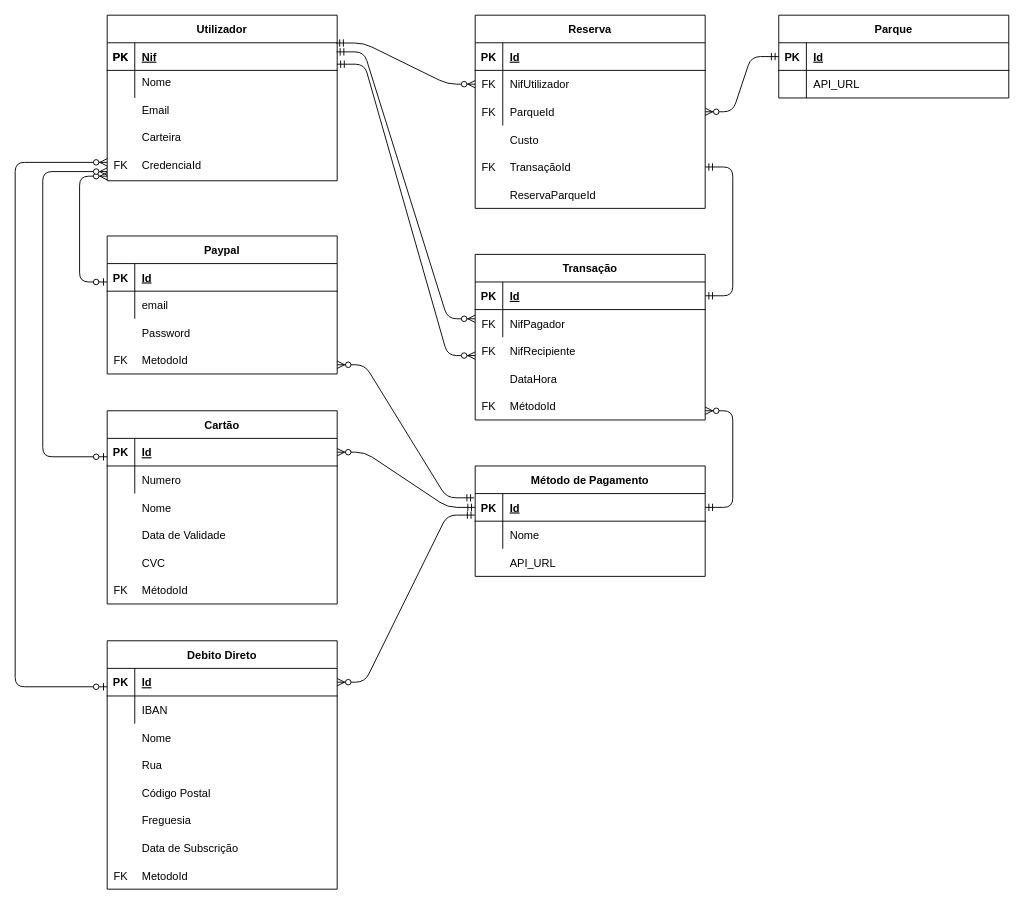
Before: Documentos/Sprint3/Modelo Relacional/Modelo Relacional.drawio in UPskillDOTNET/Jakim-das-Coives-S.A., a draw.io diagram. Source tidied: cells renumbered, new cells numbered last; positions are measured from the earlier drawing's top-left corner, leaving out a move shared by most shapes. Both pictures are drawn from the tidied source at 92%, with x=0, y=0 at pixel (15, 15).
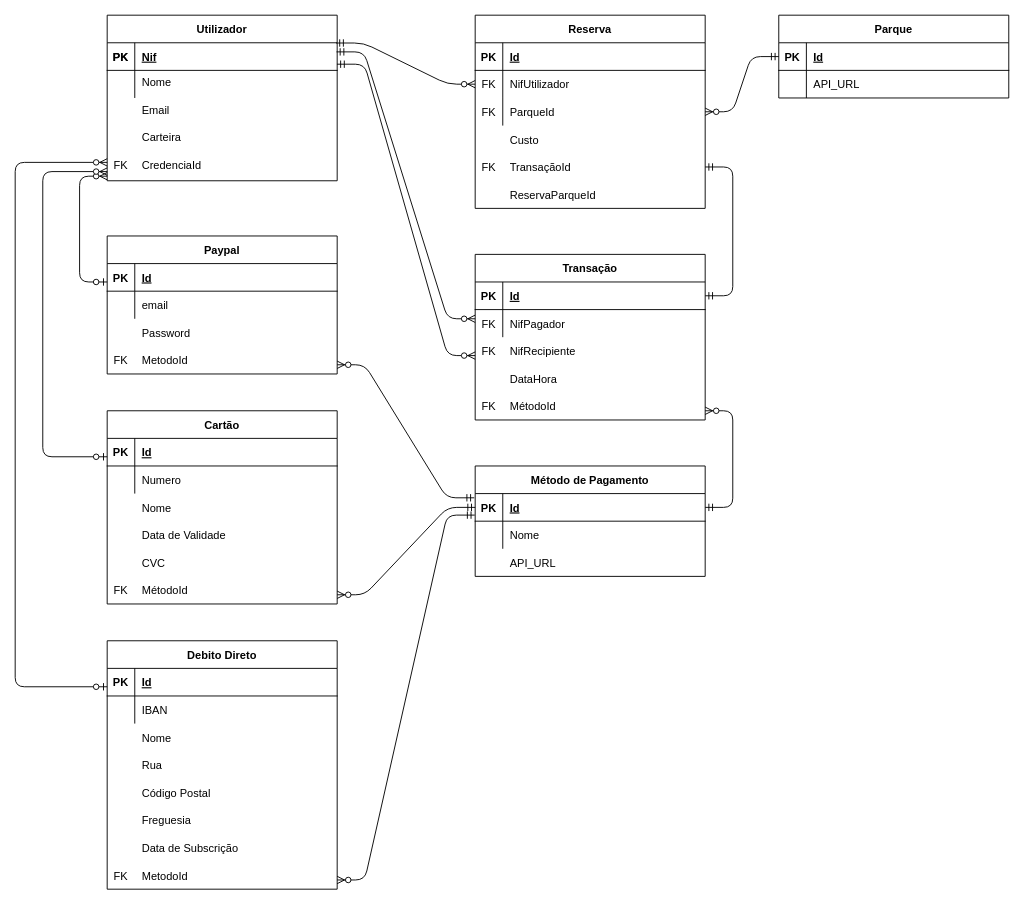
The same diagram, later.

Commit message (it also covers changes not shown here):
Modelo relacional v501

The change refers to these unchanged cells:
```xml
<mxCell id="37" style="shape=partialRectangle;fillColor=none;points=[[0,0.5],[1,0.5]];portConstraint=eastwest;top=0;left=0;right=0;bottom=1;" parent="36" vertex="1">
  <mxGeometry y="30" width="250" height="30" as="geometry" />
</mxCell>
<mxCell id="75" style="shape=partialRectangle;fillColor=none;points=[[0,0.5],[1,0.5]];portConstraint=eastwest;top=0;left=0;right=0;bottom=1;" parent="74" vertex="1">
  <mxGeometry y="30" width="250" height="30" as="geometry" />
</mxCell>
<mxCell id="83" style="shape=partialRectangle;fillColor=none;points=[[0,0.5],[1,0.5]];portConstraint=eastwest;top=0;left=0;right=0;bottom=1;" parent="82" vertex="1">
  <mxGeometry y="30" width="250" height="30" as="geometry" />
</mxCell>
```

Diff of the diagram source:
```diff
@@
-    <mxCell id="106" style="edgeStyle=entityRelationEdgeStyle;fontSize=12;html=1;endArrow=ERmandOne;startArrow=ERzeroToMany;startFill=1;endFill=0;exitX=1;exitY=0.5;exitDx=0;exitDy=0;entryX=0;entryY=0.5;entryDx=0;entryDy=0;" parent="1" edge="1" source="75" target="37">
-      <mxGeometry relative="1" as="geometry" />
+    <mxCell id="106" style="edgeStyle=entityRelationEdgeStyle;fontSize=12;html=1;endArrow=ERmandOne;startArrow=ERzeroToMany;startFill=1;endFill=0;entryX=0;entryY=0.5;entryDx=0;entryDy=0;" parent="1" edge="1" target="37">
+      <mxGeometry relative="1" as="geometry">
+        <mxPoint x="350" y="630" as="sourcePoint" />
+      </mxGeometry>
     </mxCell>
-    <mxCell id="107" style="edgeStyle=entityRelationEdgeStyle;fontSize=12;html=1;endArrow=ERmandOne;startArrow=ERzeroToMany;startFill=1;endFill=0;exitX=1;exitY=0.5;exitDx=0;exitDy=0;entryX=-0.002;entryY=0.78;entryDx=0;entryDy=0;entryPerimeter=0;" parent="1" edge="1" source="83" target="37">
-      <mxGeometry relative="1" as="geometry" />
+    <mxCell id="107" style="edgeStyle=entityRelationEdgeStyle;fontSize=12;html=1;endArrow=ERmandOne;startArrow=ERzeroToMany;startFill=1;endFill=0;entryX=-0.002;entryY=0.78;entryDx=0;entryDy=0;entryPerimeter=0;" parent="1" edge="1" target="37">
+      <mxGeometry relative="1" as="geometry">
+        <mxPoint x="350" y="940" as="sourcePoint" />
+      </mxGeometry>
     </mxCell>
```
